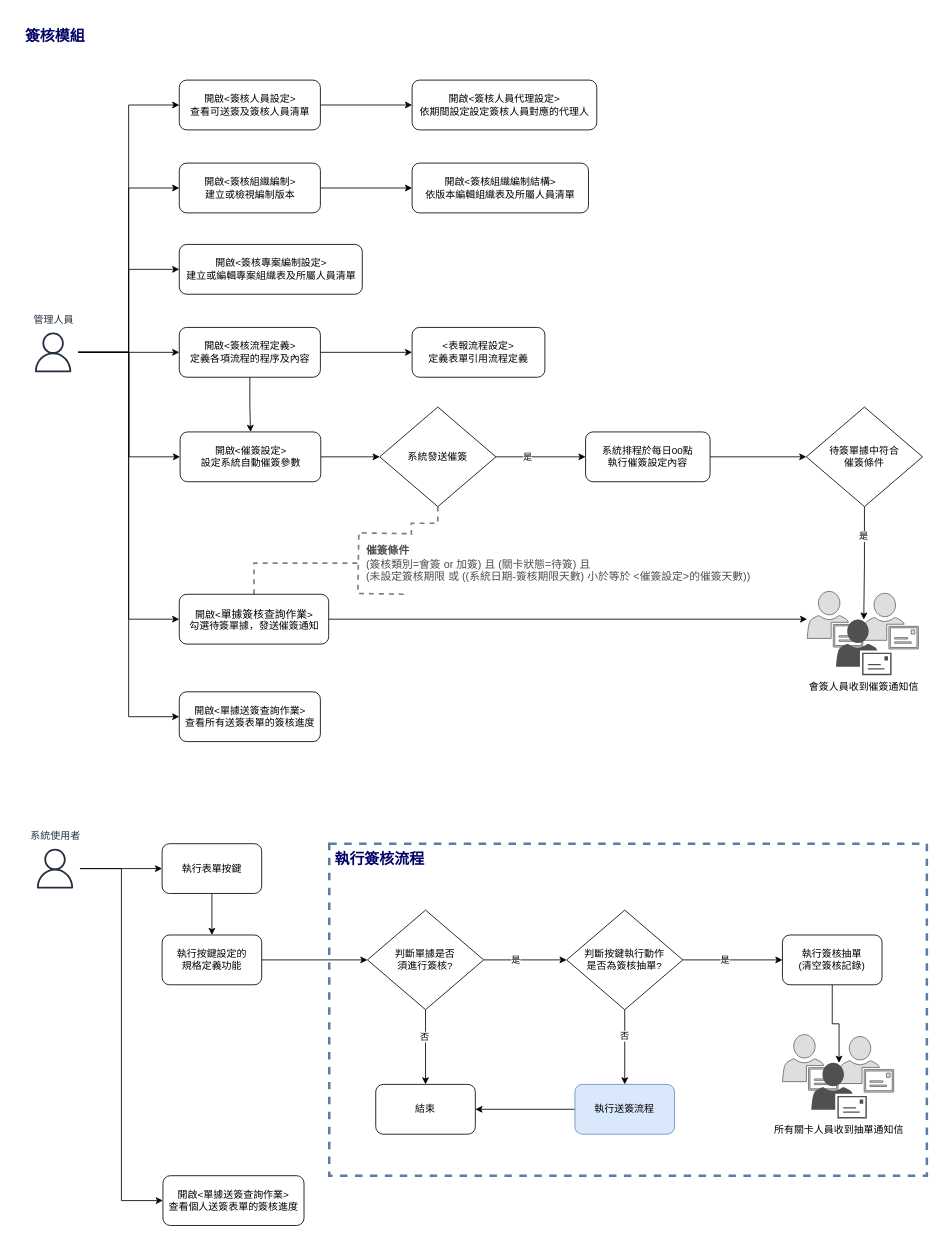
Above: page "簽核" (1 of 4) of 8.10.2/RTE/SYSTEM/SIGNOFF/attachment/簽核流程.drawio in ArcareRD/sadocs (draw.io), before the change. Source tidied: cells renumbered, new cells numbered last; positions are measured from the earlier drawing's top-left corner, leaving out a move shared by most shapes. Both pictures are drawn from the tidied source at 83%, with x=0, y=0 at pixel (14, 14).
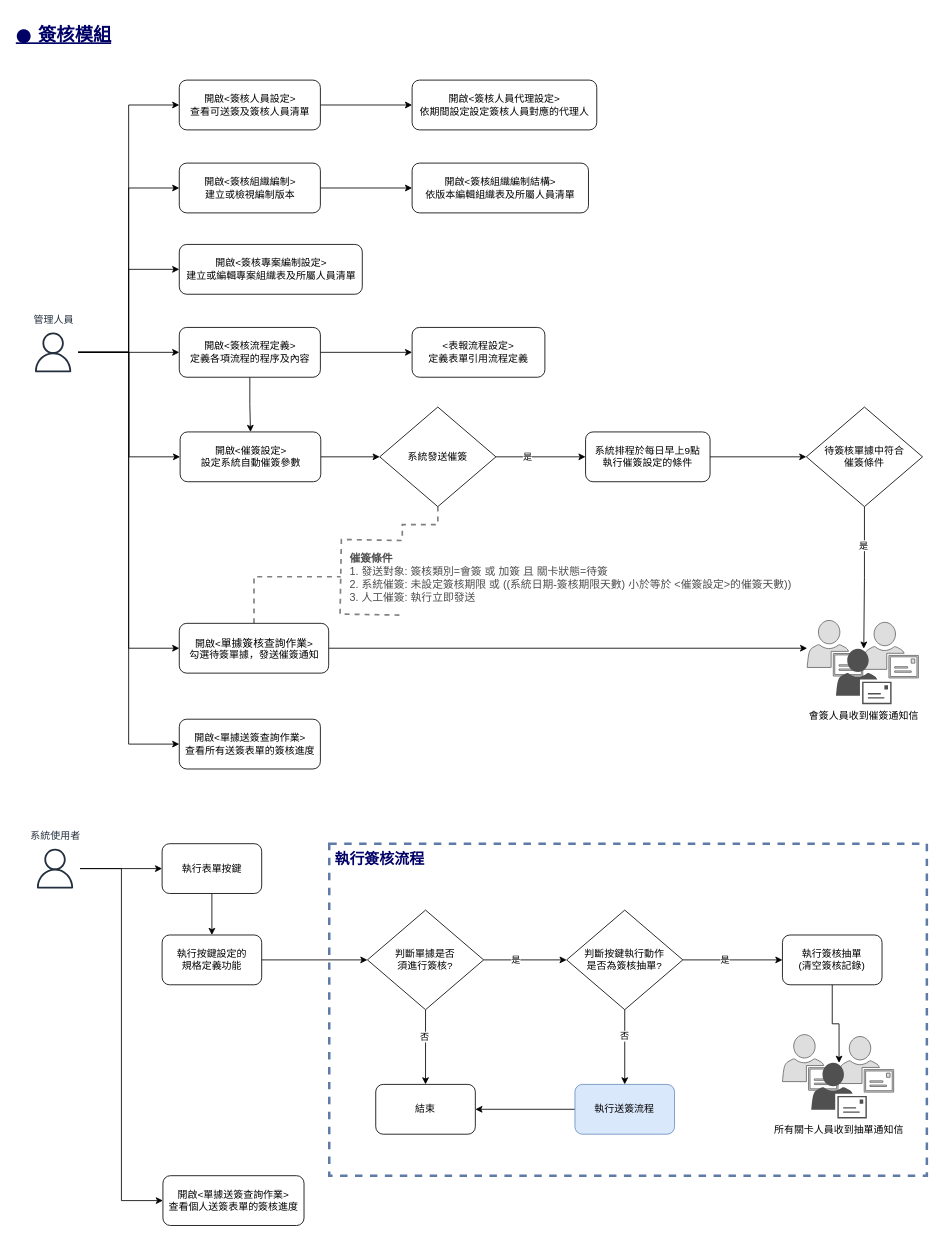
After the change.

The edit, as a diff of the source:
```diff
@@
-    <mxCell id="38" value="系統排程於每日00點&lt;br&gt;執行催簽設定內容" style="rounded=1;whiteSpace=wrap;html=1;" parent="1" vertex="1">
+    <mxCell id="38" value="系統排程於每日早上9點&lt;br&gt;執行催簽設定的條件" style="rounded=1;whiteSpace=wrap;html=1;" parent="1" vertex="1">
       <mxGeometry x="688" y="502.9" width="150" height="60" as="geometry" />
     </mxCell>
@@
     <mxCell id="40" value="開啟&amp;lt;單據送簽查詢作業&amp;gt;&lt;br&gt;查看所有送簽表單的簽核進度" style="rounded=1;whiteSpace=wrap;html=1;" parent="1" vertex="1">
-      <mxGeometry x="198.5" y="816" width="170" height="60" as="geometry" />
+      <mxGeometry x="198.5" y="849" width="170" height="60" as="geometry" />
     </mxCell>
@@
     <mxCell id="48" style="group;" parent="1" vertex="1">
-      <mxGeometry x="955" y="695" width="134" height="101" as="geometry" />
+      <mxGeometry x="955" y="730" width="134" height="101" as="geometry" />
     </mxCell>
@@
-    <mxCell id="54" value="待簽單據中符合&lt;br&gt;催簽條件" style="rhombus;whiteSpace=wrap;html=1;" parent="1" vertex="1">
+    <mxCell id="54" value="待簽核單據中符合&lt;br&gt;催簽條件" style="rhombus;whiteSpace=wrap;html=1;" parent="1" vertex="1">
       <mxGeometry x="954" y="472.9" width="140" height="120" as="geometry" />
     </mxCell>
@@
     <mxCell id="57" value="開啟&amp;lt;&lt;span style=&quot;font-family: Arial; font-size: 13px; text-align: left; background-color: rgb(255, 255, 255);&quot;&gt;單據簽核查詢作業&lt;/span&gt;&amp;gt;&lt;br&gt;勾選待簽單據，發送催簽通知" style="rounded=1;whiteSpace=wrap;html=1;" parent="1" vertex="1">
-      <mxGeometry x="198.5" y="698.5" width="180" height="60" as="geometry" />
+      <mxGeometry x="198.5" y="733.5" width="180" height="60" as="geometry" />
     </mxCell>
-    <mxCell id="58" value="簽核模組" style="rounded=0;whiteSpace=wrap;html=1;strokeColor=none;fillColor=none;fontStyle=1;fontFamily=Verdana;fontSize=18;fontColor=#000066;dashed=1;strokeWidth=2;" parent="1" vertex="1">
-      <mxGeometry width="98" height="50" as="geometry" />
+    <mxCell id="58" value="● 簽核模組" style="rounded=0;whiteSpace=wrap;html=1;strokeColor=none;fillColor=none;fontStyle=5;fontFamily=Verdana;fontSize=22;fontColor=#000066;dashed=1;strokeWidth=2;" parent="1" vertex="1">
+      <mxGeometry width="119" height="50" as="geometry" />
     </mxCell>
@@
     <mxCell id="63" style="group;rotation=-180;" parent="1" vertex="1">
-      <mxGeometry x="356.5" y="625" width="540" height="80" as="geometry" />
+      <mxGeometry x="335.5" y="633" width="630" height="110" as="geometry" />
     </mxCell>
     <mxCell id="64" style="strokeWidth=2;html=1;shape=mxgraph.flowchart.annotation_1;align=left;strokeColor=#808080;fillColor=#DEDEDE;rotation=1;dashed=1;" parent="63" vertex="1">
-      <mxGeometry x="57.7" width="57.6" height="73" as="geometry" />
+      <mxGeometry x="57.5" y="0.1" width="72.6" height="89.9" as="geometry" />
     </mxCell>
-    <mxCell id="65" value="&lt;span style=&quot;font-family: Arial; font-size: 13px; background-color: rgb(255, 255, 255);&quot;&gt;&lt;b&gt;催簽條件&lt;/b&gt;&lt;br&gt;(簽核類別=會簽 or 加簽) 且 (關卡狀態=待簽) 且 &lt;br&gt;(未設定簽核期限 或 ((系統日期-簽核期限天數) 小於等於 &amp;lt;催簽設定&amp;gt;的催簽天數))&lt;/span&gt;" style="rounded=0;whiteSpace=wrap;html=1;strokeColor=none;strokeWidth=1;fillColor=none;fontColor=#4D4D4D;align=left;" parent="63" vertex="1">
-      <mxGeometry x="65.1" y="7" width="470.9" height="60" as="geometry" />
+    <mxCell id="65" value="&lt;span style=&quot;font-family: Arial; font-size: 13px; background-color: rgb(255, 255, 255);&quot;&gt;&lt;b&gt;催簽條件&lt;/b&gt;&lt;br&gt;1. 發送對象: 簽核類別=會簽 或 加簽 且 關卡狀態=待簽&lt;br&gt;2. 系統催簽: 未設定簽核期限 或 ((系統日期-簽核期限天數) 小於等於 &amp;lt;催簽設定&amp;gt;的催簽天數))&lt;br&gt;3. 人工催簽: 執行立即發送&lt;br&gt;&lt;/span&gt;" style="rounded=0;whiteSpace=wrap;html=1;strokeColor=none;strokeWidth=1;fillColor=none;fontColor=#4D4D4D;align=left;" parent="63" vertex="1">
+      <mxGeometry x="66.5" y="3" width="543.5" height="85" as="geometry" />
     </mxCell>
```
